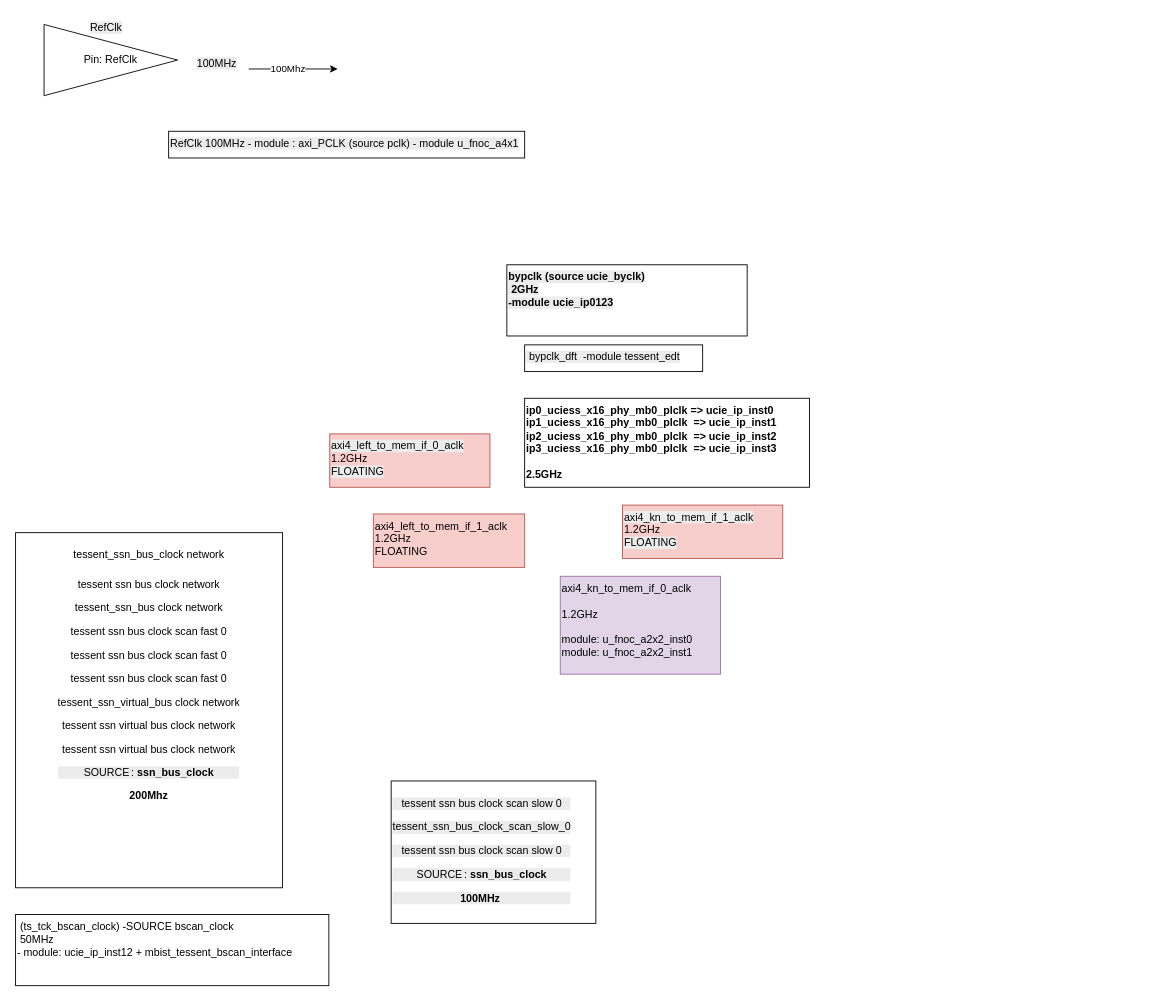
This is ucie.drawio from vinhkhang97/BE_Terminology, a draw.io file, before an edit. Source tidied: cells renumbered, new cells numbered last; positions are measured from the earlier drawing's top-left corner, leaving out a move shared by most shapes. Both pictures are drawn from the tidied source at 89%, with x=0, y=0 at pixel (15, 15).
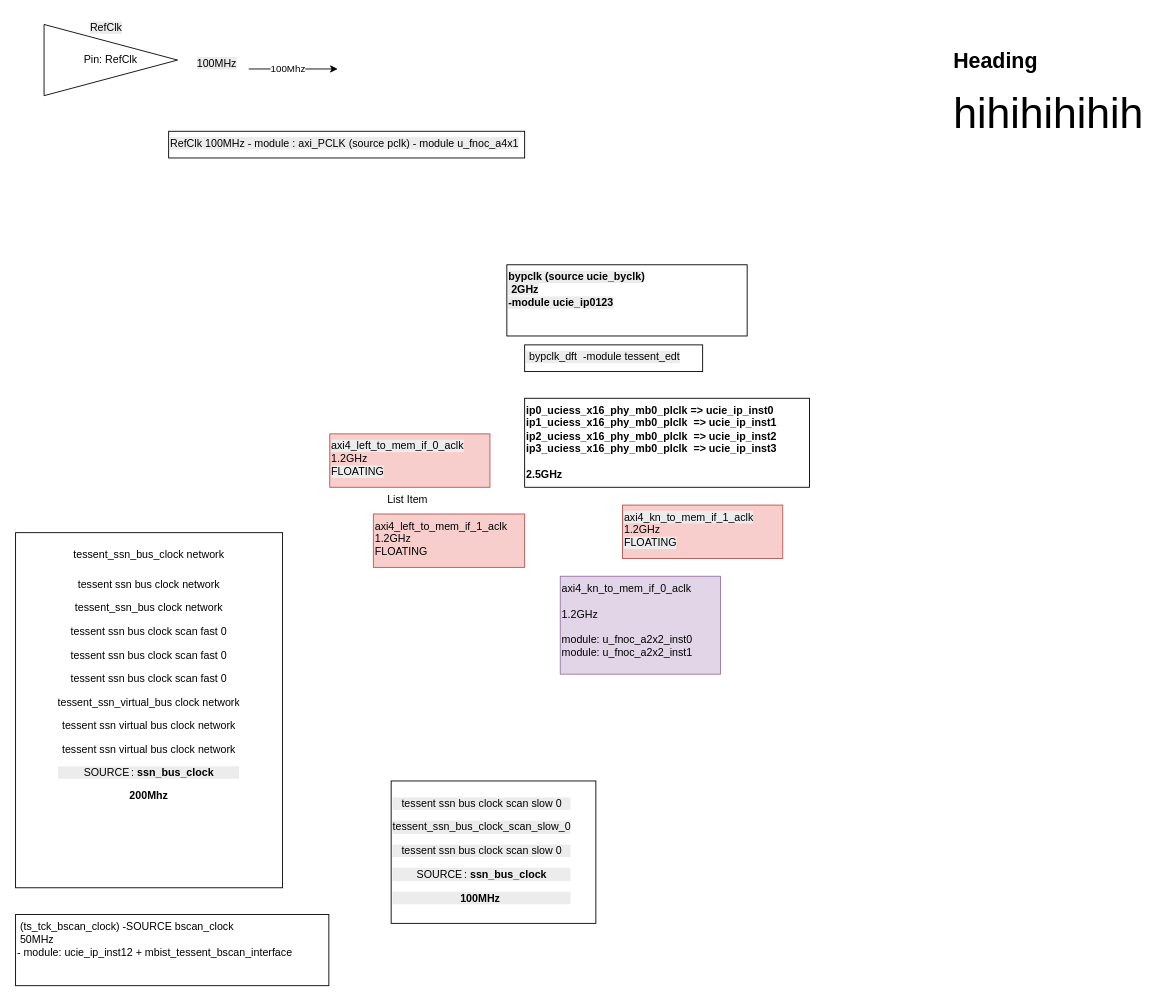
Above is the later version.

What changed in the source:
```diff
@@
+    <mxCell id="18" value="List Item" style="text;strokeColor=none;fillColor=none;align=left;verticalAlign=top;spacingLeft=4;spacingRight=4;overflow=hidden;whiteSpace=wrap;html=1;" parent="1" vertex="1">
+      <mxGeometry x="412" y="530" width="60" height="26" as="geometry" />
+    </mxCell>
+    <mxCell id="19" value="&lt;h1 style=&quot;margin-top: 0px;&quot;&gt;Heading&lt;/h1&gt;&lt;p&gt;&lt;span style=&quot;font-size: 48px;&quot;&gt;hihihihihih&lt;/span&gt;&lt;/p&gt;" style="text;html=1;whiteSpace=wrap;overflow=hidden;rounded=0;" parent="1" vertex="1">
+      <mxGeometry x="1052" y="30" width="230" height="260" as="geometry" />
+    </mxCell>
```
